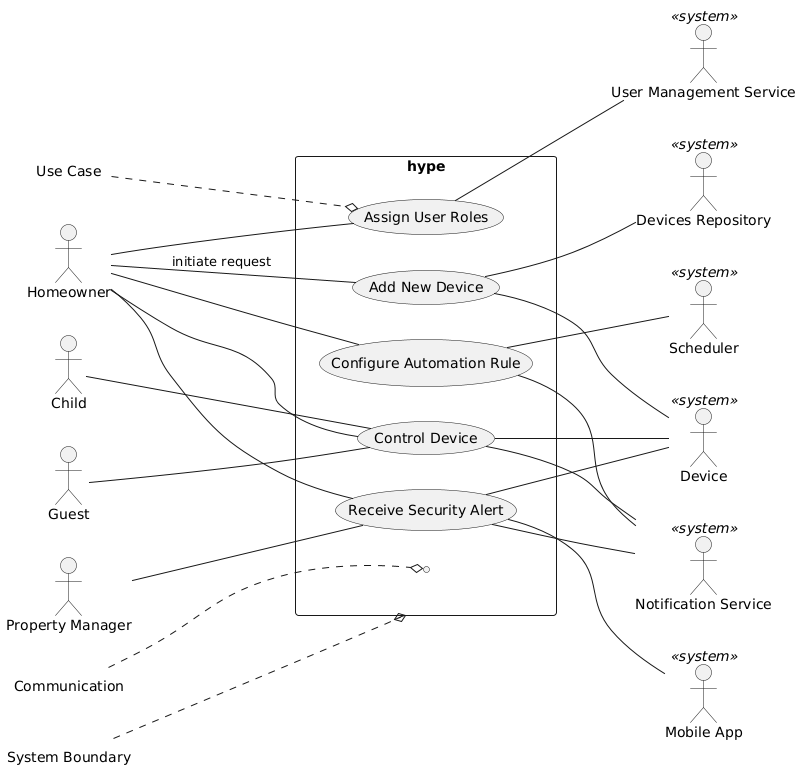
srinath-ramachandran/hype keeps this PlantUML diagram as images/UseCaseDiagram.png. Above is the earlier version.
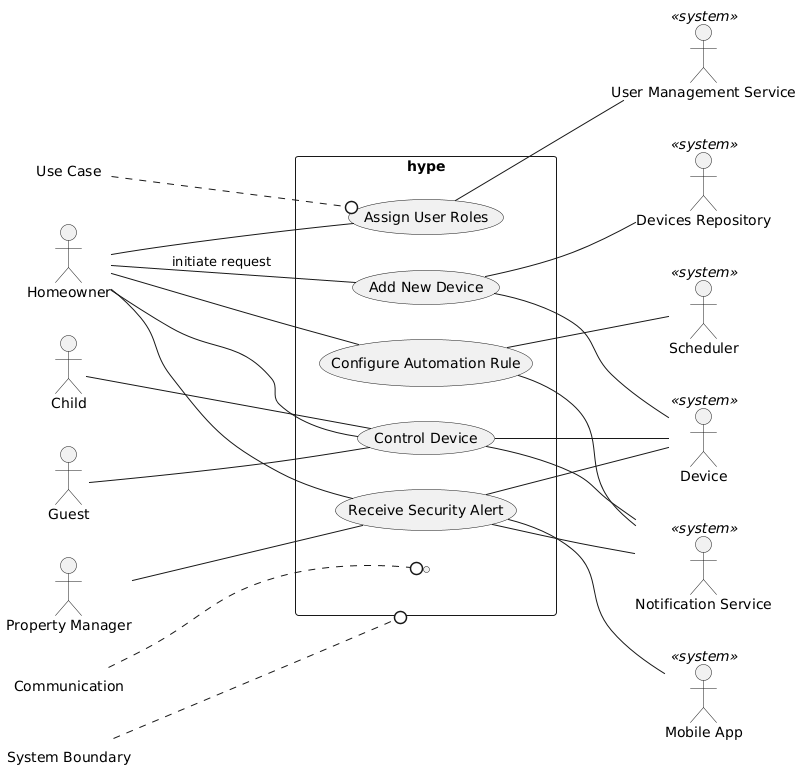
The same diagram one commit later.

Commit message:
Update use case diagram

What changed in the source:
```diff
@@ -47,9 +47,9 @@
 (Assign User Roles) -- UserMgmtService
 
 label "Use Case" as UC
-UC ..o (Assign User Roles)
+UC ..0 (Assign User Roles)
 label "System Boundary" as SB
-SB ..o "hype"
+SB ..0 "hype"
 label "Communication" as Comms
-Comms ..o ( )
+Comms ..0 ( )
 @enduml
```
